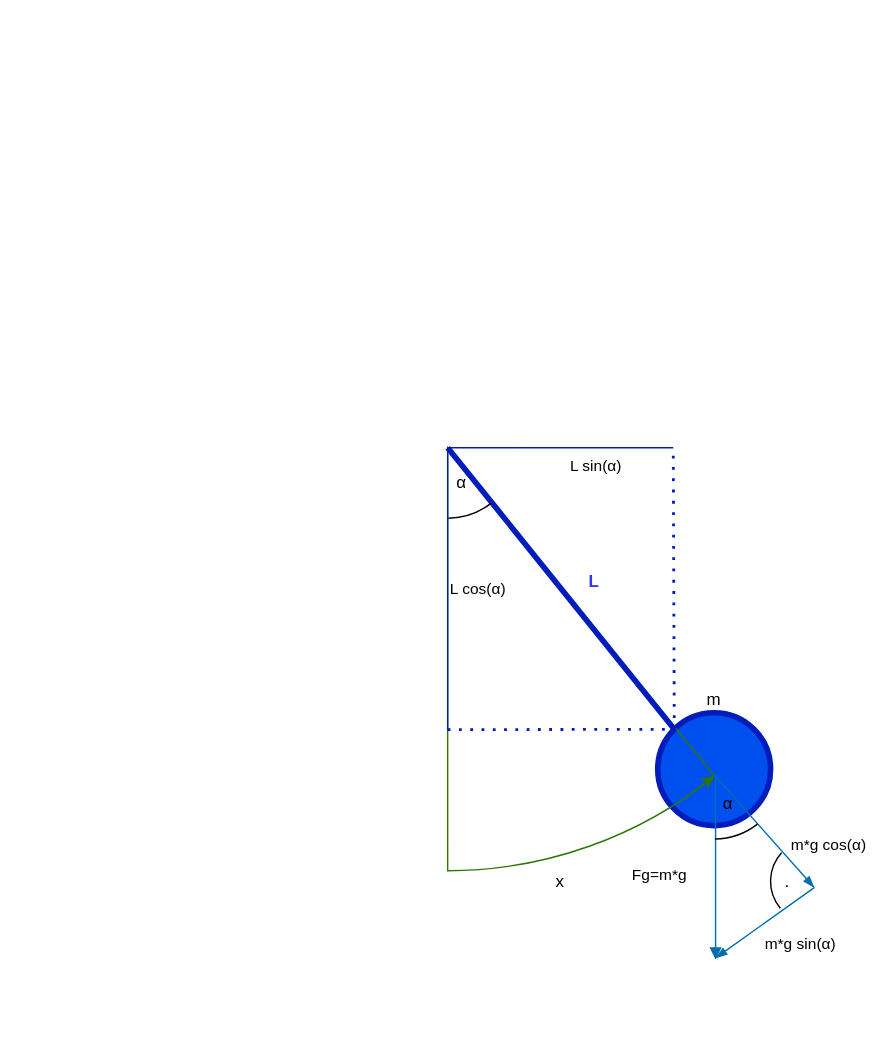
This is rysunek.drawio from WelfareUnit/Projekt2, a draw.io file, before an edit. Source tidied: cells renumbered, new cells numbered last; positions are measured from the earlier drawing's top-left corner, leaving out a move shared by most shapes. Both pictures are drawn from the tidied source at 141%, with x=0, y=0 at pixel (24, 24).
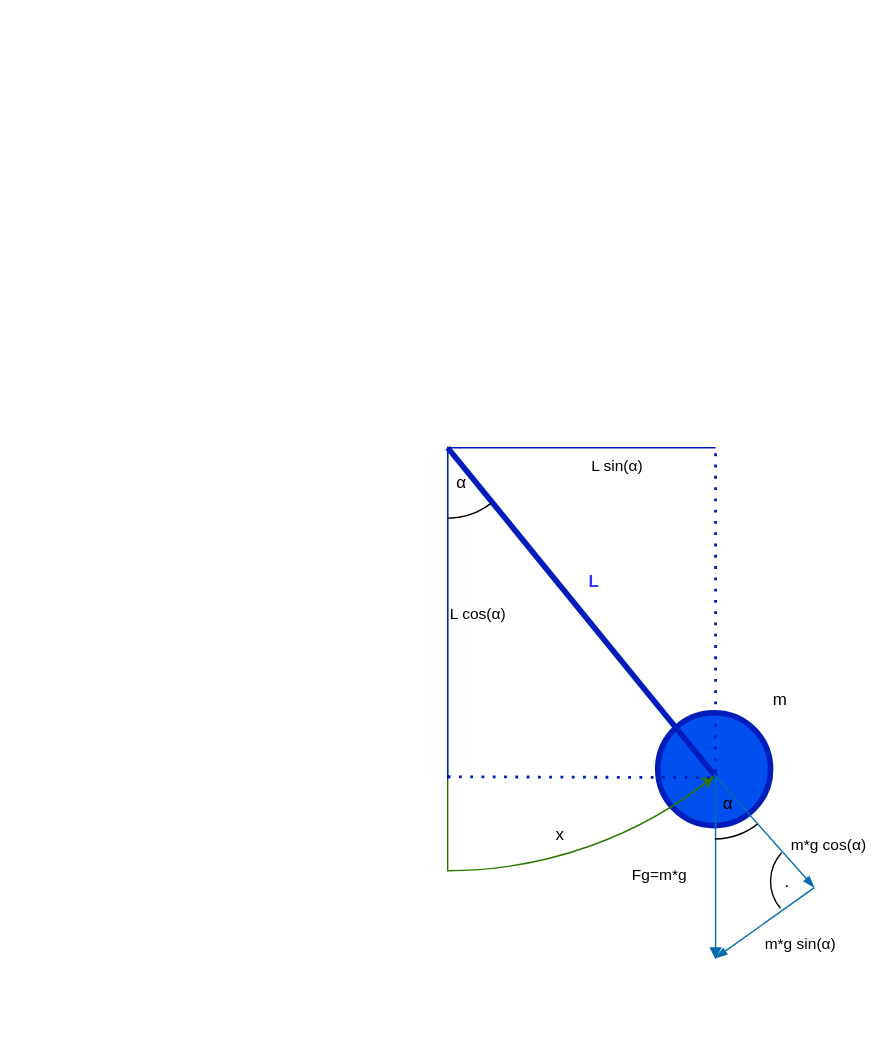
After the change.

The change refers to these unchanged cells:
```xml
<mxCell id="3" style="verticalLabelPosition=bottom;verticalAlign=top;html=1;shape=mxgraph.basic.pie;startAngle=0.3913260905740087;endAngle=0.5;fillColor=none;fontColor=#ffffff;strokeColor=#2D7600;" parent="1" vertex="1">
  <mxGeometry width="600" height="600" as="geometry" />
</mxCell>
<mxCell id="9" style="verticalLabelPosition=bottom;verticalAlign=top;html=1;shape=mxgraph.basic.arc;startAngle=0.3947917120802828;endAngle=0.4984085036175459;labelBorderColor=default;labelPosition=right;align=left;" parent="1" vertex="1">
  <mxGeometry x="250" y="250" width="100" height="100" as="geometry" />
</mxCell>
```

The edit, as a diff of the source:
```diff
@@
-    <mxCell id="2" value="&lt;div&gt;m&lt;/div&gt;" style="ellipse;whiteSpace=wrap;html=1;strokeWidth=4;fillColor=#0050ef;fontColor=#000000;strokeColor=#001DBC;align=center;labelPosition=center;verticalLabelPosition=top;verticalAlign=bottom;" parent="1" vertex="1">
+    <mxCell id="2" value="&lt;div&gt;m&lt;/div&gt;" style="ellipse;whiteSpace=wrap;html=1;strokeWidth=4;fillColor=#0050ef;fontColor=#000000;strokeColor=#001DBC;align=left;labelPosition=right;verticalLabelPosition=top;verticalAlign=bottom;" parent="1" vertex="1">
       <mxGeometry x="449" y="488" width="80" height="80" as="geometry" />
     </mxCell>
@@
-    <mxCell id="4" style="endArrow=none;html=1;rounded=0;exitX=0;exitY=0;exitDx=0;exitDy=0;fillColor=#0050ef;strokeColor=#001DBC;strokeWidth=4;" parent="1" edge="1" source="2">
+    <mxCell id="4" style="endArrow=none;html=1;rounded=0;exitX=0.817;exitY=0.889;exitDx=0;exitDy=0;fillColor=#0050ef;strokeColor=#001DBC;strokeWidth=4;exitPerimeter=0;" parent="1" edge="1" source="3">
       <mxGeometry relative="1" as="geometry">
         <mxPoint x="300" y="300" as="targetPoint" />
       </mxGeometry>
     </mxCell>
-    <mxCell id="5" value="&lt;div align=&quot;left&quot;&gt;L cos(α)&lt;/div&gt;" style="endArrow=none;html=1;rounded=0;align=left;fillColor=#0050ef;strokeColor=#001DBC;" parent="1" edge="1">
+    <mxCell id="5" value="&lt;div align=&quot;left&quot;&gt;L cos(α)&lt;/div&gt;" style="endArrow=none;html=1;rounded=0;align=left;fillColor=#0050ef;strokeColor=#001DBC;entryX=0.5;entryY=0.892;entryDx=0;entryDy=0;entryPerimeter=0;" parent="1" edge="1" target="3">
       <mxGeometry relative="1" as="geometry">
         <mxPoint x="300" y="300" as="sourcePoint" />
-        <mxPoint x="300" y="500" as="targetPoint" />
       </mxGeometry>
     </mxCell>
@@
-    <mxCell id="7" style="endArrow=none;dashed=1;html=1;dashPattern=1 3;strokeWidth=2;rounded=0;exitX=0;exitY=0;exitDx=0;exitDy=0;fillColor=#0050ef;strokeColor=#001DBC;" parent="1" edge="1" source="2">
+    <mxCell id="7" style="endArrow=none;dashed=1;html=1;dashPattern=1 3;strokeWidth=2;rounded=0;fillColor=#0050ef;strokeColor=#001DBC;" parent="1" edge="1">
       <mxGeometry relative="1" as="geometry">
-        <mxPoint x="460" y="300" as="targetPoint" />
+        <mxPoint x="490" y="530" as="sourcePoint" />
+        <mxPoint x="490" y="300" as="targetPoint" />
       </mxGeometry>
     </mxCell>
     <mxCell id="8" value="L sin(α)" style="endArrow=none;html=1;rounded=0;fillColor=#0050ef;strokeColor=#001DBC;labelPosition=center;verticalLabelPosition=bottom;align=center;verticalAlign=top;" parent="1" edge="1" target="9">
       <mxGeometry relative="1" as="geometry">
-        <mxPoint x="460" y="300" as="sourcePoint" />
+        <mxPoint x="490" y="300" as="sourcePoint" />
       </mxGeometry>
     </mxCell>
@@
     <mxCell id="19" value="x" style="text;html=1;align=center;verticalAlign=middle;whiteSpace=wrap;rounded=0;" parent="1" vertex="1">
-      <mxGeometry x="350" y="592.5" width="60" height="30" as="geometry" />
+      <mxGeometry x="350" y="560" width="60" height="30" as="geometry" />
     </mxCell>
@@
+    <mxCell id="22" style="endArrow=classic;html=1;rounded=0;entryX=0.815;entryY=0.888;entryDx=0;entryDy=0;entryPerimeter=0;exitX=0.79;exitY=0.907;exitDx=0;exitDy=0;exitPerimeter=0;fillColor=#60a917;strokeColor=#2D7600;" parent="1" edge="1" source="3" target="3">
+      <mxGeometry relative="1" as="geometry" />
+    </mxCell>
-    <mxCell id="21" style="endArrow=none;dashed=1;html=1;dashPattern=1 3;strokeWidth=2;rounded=0;entryX=0;entryY=0;entryDx=0;entryDy=0;fillColor=#0050ef;strokeColor=#001DBC;" parent="1" edge="1" target="2">
-      <mxGeometry relative="1" as="geometry">
-        <mxPoint x="300" y="500" as="sourcePoint" />
-      </mxGeometry>
+    <mxCell id="21" style="endArrow=none;dashed=1;html=1;dashPattern=1 3;strokeWidth=2;rounded=0;entryX=0.815;entryY=0.89;entryDx=0;entryDy=0;fillColor=#0050ef;strokeColor=#001DBC;entryPerimeter=0;exitX=0.5;exitY=0.889;exitDx=0;exitDy=0;exitPerimeter=0;" parent="1" edge="1" source="3" target="3">
+      <mxGeometry relative="1" as="geometry" />
     </mxCell>
-    <mxCell id="22" style="endArrow=classic;html=1;rounded=0;entryX=0.815;entryY=0.888;entryDx=0;entryDy=0;entryPerimeter=0;exitX=0.79;exitY=0.907;exitDx=0;exitDy=0;exitPerimeter=0;fillColor=#60a917;strokeColor=#2D7600;" parent="1" edge="1" source="3" target="3">
-      <mxGeometry relative="1" as="geometry" />
-    </mxCell>
```
